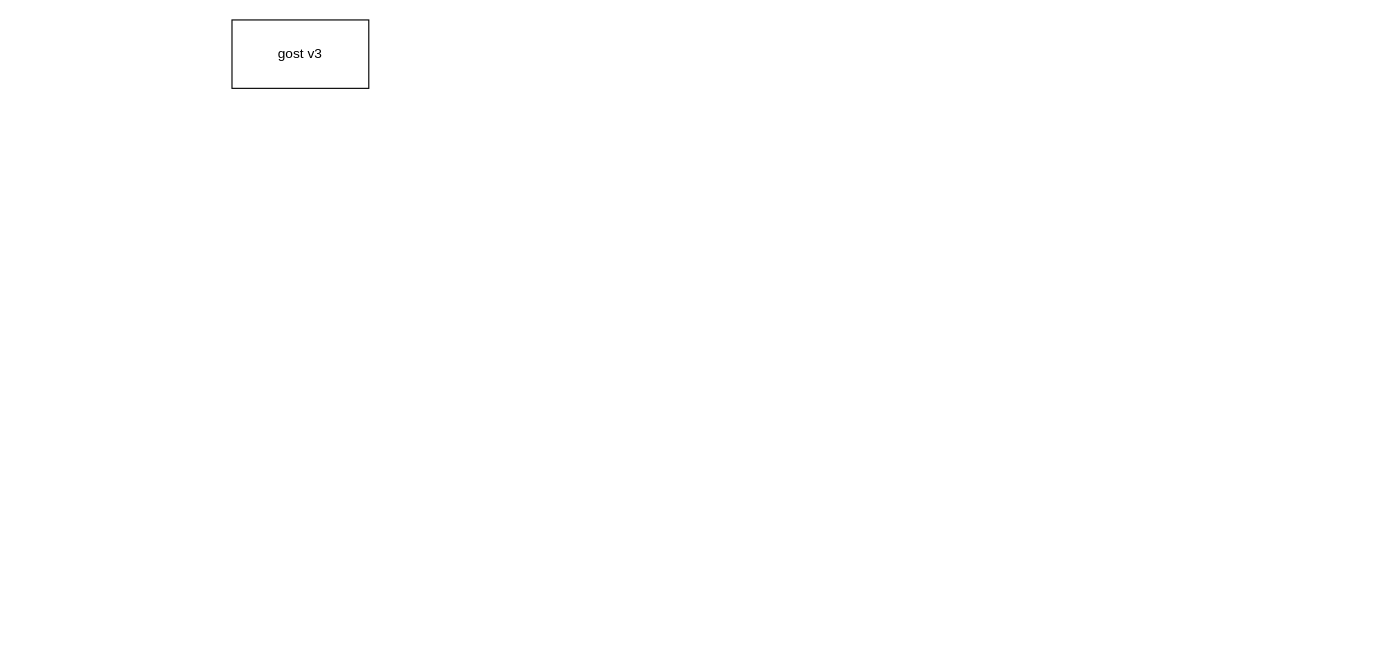
Before: gostv3.drawio in auooo/studynotes, a draw.io diagram. Source tidied: cells renumbered, new cells numbered last; positions are measured from the earlier drawing's top-left corner, leaving out a move shared by most shapes. Both pictures are drawn from the tidied source at 114%, with x=0, y=0 at pixel (231, 19).
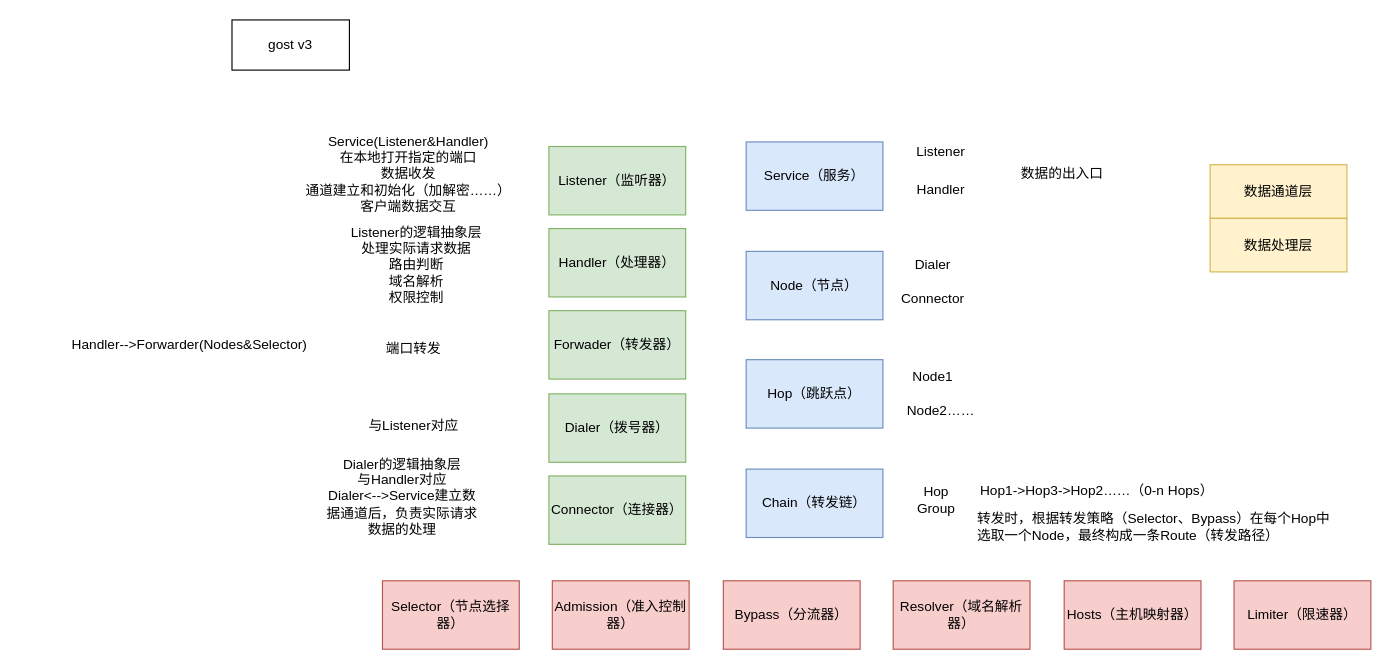
The same diagram, later.

Diff of the diagram source:
```diff
@@
     <mxCell id="2" value="gost v3" style="rounded=0;whiteSpace=wrap;html=1;" parent="1" vertex="1">
-      <mxGeometry width="120" height="60" as="geometry" />
+      <mxGeometry width="103" height="44" as="geometry" />
     </mxCell>
+    <mxCell id="3" value="Service（服务）" style="rounded=0;whiteSpace=wrap;html=1;fillColor=#dae8fc;strokeColor=#6c8ebf;" parent="1" vertex="1">
+      <mxGeometry x="451" y="107" width="120" height="60" as="geometry" />
+    </mxCell>
+    <mxCell id="4" value="Node（节点）" style="rounded=0;whiteSpace=wrap;html=1;fillColor=#dae8fc;strokeColor=#6c8ebf;" parent="1" vertex="1">
+      <mxGeometry x="451" y="203" width="120" height="60" as="geometry" />
+    </mxCell>
+    <mxCell id="5" value="Hop（跳跃点）" style="rounded=0;whiteSpace=wrap;html=1;fillColor=#dae8fc;strokeColor=#6c8ebf;" parent="1" vertex="1">
+      <mxGeometry x="451" y="298" width="120" height="60" as="geometry" />
+    </mxCell>
+    <mxCell id="6" value="Chain（转发链）" style="rounded=0;whiteSpace=wrap;html=1;fillColor=#dae8fc;strokeColor=#6c8ebf;" parent="1" vertex="1">
+      <mxGeometry x="451" y="394" width="120" height="60" as="geometry" />
+    </mxCell>
+    <mxCell id="7" value="Listener" style="text;html=1;align=center;verticalAlign=middle;whiteSpace=wrap;rounded=0;" parent="1" vertex="1">
+      <mxGeometry x="592" y="101" width="60" height="30" as="geometry" />
+    </mxCell>
+    <mxCell id="8" value="Handler" style="text;html=1;align=center;verticalAlign=middle;whiteSpace=wrap;rounded=0;" parent="1" vertex="1">
+      <mxGeometry x="592" y="134" width="60" height="30" as="geometry" />
+    </mxCell>
+    <mxCell id="9" value="Dialer" style="text;html=1;align=center;verticalAlign=middle;whiteSpace=wrap;rounded=0;" parent="1" vertex="1">
+      <mxGeometry x="585" y="200" width="60" height="30" as="geometry" />
+    </mxCell>
+    <mxCell id="10" value="Connector" style="text;html=1;align=center;verticalAlign=middle;whiteSpace=wrap;rounded=0;" parent="1" vertex="1">
+      <mxGeometry x="585" y="230" width="60" height="30" as="geometry" />
+    </mxCell>
+    <mxCell id="11" value="Node1" style="text;html=1;align=center;verticalAlign=middle;whiteSpace=wrap;rounded=0;" parent="1" vertex="1">
+      <mxGeometry x="585" y="298" width="60" height="30" as="geometry" />
+    </mxCell>
+    <mxCell id="12" value="Node2……" style="text;html=1;align=center;verticalAlign=middle;whiteSpace=wrap;rounded=0;" parent="1" vertex="1">
+      <mxGeometry x="592" y="328" width="60" height="30" as="geometry" />
+    </mxCell>
+    <mxCell id="13" value="Hop Group" style="text;html=1;align=center;verticalAlign=middle;whiteSpace=wrap;rounded=0;" parent="1" vertex="1">
+      <mxGeometry x="588" y="406" width="60" height="30" as="geometry" />
+    </mxCell>
+    <mxCell id="14" value="Hop1-&amp;gt;Hop3-&amp;gt;Hop2……（0-n Hops）" style="text;html=1;align=center;verticalAlign=middle;whiteSpace=wrap;rounded=0;" parent="1" vertex="1">
+      <mxGeometry x="636" y="398" width="246" height="30" as="geometry" />
+    </mxCell>
+    <mxCell id="15" value="Listener（监听器）" style="rounded=0;whiteSpace=wrap;html=1;fillColor=#d5e8d4;strokeColor=#82b366;" parent="1" vertex="1">
+      <mxGeometry x="278" y="111" width="120" height="60" as="geometry" />
+    </mxCell>
+    <mxCell id="16" value="Handler（处理器）" style="rounded=0;whiteSpace=wrap;html=1;fillColor=#d5e8d4;strokeColor=#82b366;" parent="1" vertex="1">
+      <mxGeometry x="278" y="183" width="120" height="60" as="geometry" />
+    </mxCell>
+    <mxCell id="17" value="Dialer（拨号器）" style="rounded=0;whiteSpace=wrap;html=1;fillColor=#d5e8d4;strokeColor=#82b366;" parent="1" vertex="1">
+      <mxGeometry x="278" y="328" width="120" height="60" as="geometry" />
+    </mxCell>
+    <mxCell id="18" value="Connector（连接器）" style="rounded=0;whiteSpace=wrap;html=1;fillColor=#d5e8d4;strokeColor=#82b366;" parent="1" vertex="1">
+      <mxGeometry x="278" y="400" width="120" height="60" as="geometry" />
+    </mxCell>
+    <mxCell id="19" value="Forwader（转发器）" style="rounded=0;whiteSpace=wrap;html=1;fillColor=#d5e8d4;strokeColor=#82b366;" parent="1" vertex="1">
+      <mxGeometry x="278" y="255" width="120" height="60" as="geometry" />
+    </mxCell>
+    <mxCell id="20" value="Selector（节点选择器）" style="rounded=0;whiteSpace=wrap;html=1;fillColor=#f8cecc;strokeColor=#b85450;" parent="1" vertex="1">
+      <mxGeometry x="132" y="492" width="120" height="60" as="geometry" />
+    </mxCell>
+    <mxCell id="21" value="Admission（准入控制器）" style="rounded=0;whiteSpace=wrap;html=1;fillColor=#f8cecc;strokeColor=#b85450;" parent="1" vertex="1">
+      <mxGeometry x="281" y="492" width="120" height="60" as="geometry" />
+    </mxCell>
+    <mxCell id="22" value="Bypass（分流器）" style="rounded=0;whiteSpace=wrap;html=1;fillColor=#f8cecc;strokeColor=#b85450;" parent="1" vertex="1">
+      <mxGeometry x="431" y="492" width="120" height="60" as="geometry" />
+    </mxCell>
+    <mxCell id="23" value="Resolver（域名解析器）" style="rounded=0;whiteSpace=wrap;html=1;fillColor=#f8cecc;strokeColor=#b85450;" parent="1" vertex="1">
+      <mxGeometry x="580" y="492" width="120" height="60" as="geometry" />
+    </mxCell>
+    <mxCell id="24" value="Hosts（主机映射器）" style="rounded=0;whiteSpace=wrap;html=1;fillColor=#f8cecc;strokeColor=#b85450;" parent="1" vertex="1">
+      <mxGeometry x="730" y="492" width="120" height="60" as="geometry" />
+    </mxCell>
+    <mxCell id="25" value="Limiter（限速器）" style="rounded=0;whiteSpace=wrap;html=1;fillColor=#f8cecc;strokeColor=#b85450;" parent="1" vertex="1">
+      <mxGeometry x="879" y="492" width="120" height="60" as="geometry" />
+    </mxCell>
+    <mxCell id="26" value="转发时，根据转发策略（Selector、Bypass）在每个Hop中选取一个Node，最终构成一条Route（转发路径）" style="text;html=1;align=left;verticalAlign=middle;whiteSpace=wrap;rounded=0;" parent="1" vertex="1">
+      <mxGeometry x="652" y="430" width="313" height="30" as="geometry" />
+    </mxCell>
+    <mxCell id="27" value="Service(Listener&amp;amp;Handler)&lt;br&gt;在本地打开指定的端口&lt;div&gt;数据收发&lt;/div&gt;&lt;div&gt;通道建立和初始化（加解密……）&lt;/div&gt;&lt;div&gt;客户端数据交互&lt;/div&gt;" style="text;html=1;align=center;verticalAlign=middle;whiteSpace=wrap;rounded=0;" parent="1" vertex="1">
+      <mxGeometry x="14" y="120" width="282" height="30" as="geometry" />
+    </mxCell>
+    <mxCell id="28" value="Listener的逻辑抽象层&lt;div&gt;处理实际请求数据&lt;/div&gt;&lt;div&gt;路由判断&lt;/div&gt;&lt;div&gt;域名解析&lt;/div&gt;&lt;div&gt;权限控制&lt;/div&gt;" style="text;html=1;align=center;verticalAlign=middle;whiteSpace=wrap;rounded=0;" parent="1" vertex="1">
+      <mxGeometry x="20" y="200" width="284" height="30" as="geometry" />
+    </mxCell>
+    <mxCell id="29" value="端口转发" style="text;html=1;align=center;verticalAlign=middle;whiteSpace=wrap;rounded=0;" parent="1" vertex="1">
+      <mxGeometry x="90" y="274" width="139" height="30" as="geometry" />
+    </mxCell>
+    <mxCell id="30" value="Handler--&amp;gt;Forwarder(Nodes&amp;amp;Selector)" style="text;html=1;align=center;verticalAlign=middle;whiteSpace=wrap;rounded=0;" parent="1" vertex="1">
+      <mxGeometry x="-186" y="270" width="298" height="30" as="geometry" />
+    </mxCell>
+    <mxCell id="31" value="与Listener对应" style="text;html=1;align=center;verticalAlign=middle;whiteSpace=wrap;rounded=0;" parent="1" vertex="1">
+      <mxGeometry x="90" y="341" width="139" height="30" as="geometry" />
+    </mxCell>
+    <mxCell id="32" value="Dialer的逻辑抽象层&lt;br&gt;与Handler对应&lt;br&gt;Dialer&amp;lt;--&amp;gt;Service建立数据通道后，负责实际请求数据的处理" style="text;html=1;align=center;verticalAlign=middle;whiteSpace=wrap;rounded=0;" parent="1" vertex="1">
+      <mxGeometry x="80" y="403" width="139" height="30" as="geometry" />
+    </mxCell>
+    <mxCell id="33" value="数据的出入口" style="text;html=1;align=center;verticalAlign=middle;whiteSpace=wrap;rounded=0;" parent="1" vertex="1">
+      <mxGeometry x="680" y="120" width="97" height="30" as="geometry" />
+    </mxCell>
+    <mxCell id="34" value="数据通道层" style="rounded=0;whiteSpace=wrap;html=1;fillColor=#fff2cc;strokeColor=#d6b656;fillOpacity=100;imageHeight=12;" parent="1" vertex="1">
+      <mxGeometry x="858" y="127" width="120" height="47" as="geometry" />
+    </mxCell>
+    <mxCell id="35" value="数据处理层" style="rounded=0;whiteSpace=wrap;html=1;fillColor=#fff2cc;strokeColor=#d6b656;fillOpacity=100;imageHeight=12;" parent="1" vertex="1">
+      <mxGeometry x="858" y="174" width="120" height="47" as="geometry" />
+    </mxCell>
```
